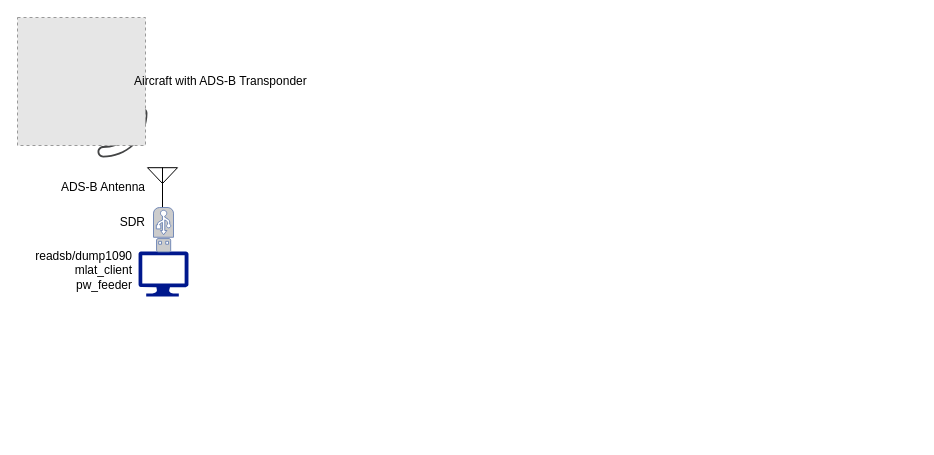
Earlier version of the draw.io diagram assets/drawings/Architecture Overview.drawio (plane-watch/pw-website). Source tidied: cells renumbered, new cells numbered last; positions are measured from the earlier drawing's top-left corner, leaving out a move shared by most shapes. Both pictures are drawn from the tidied source at 100%, with x=0, y=0 at pixel (17, 17). Pictures stored in the file or linked from it are replaced by grey dashed boxes.
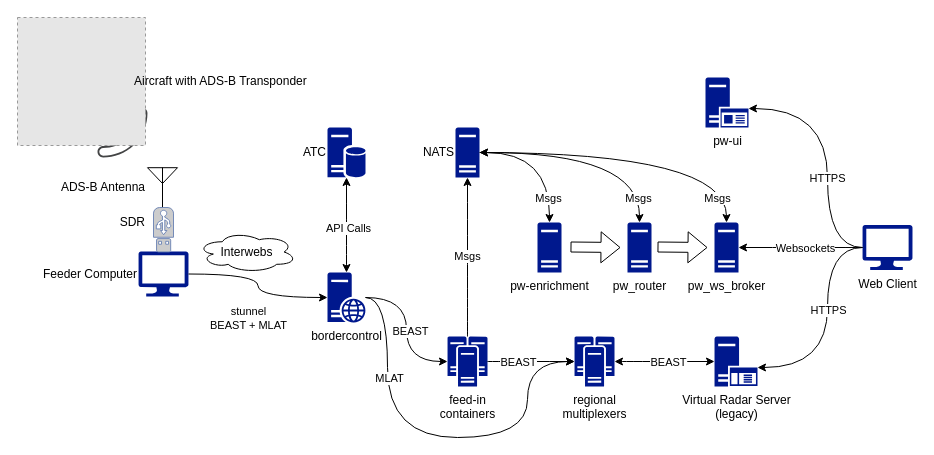
The same page after the edit.

The edit, as a diff of the source:
```diff
@@
-    <mxCell id="4" style="sketch=0;shadow=0;dashed=0;html=1;strokeColor=none;labelPosition=center;verticalLabelPosition=bottom;verticalAlign=top;align=center;fillColor=#00188D;shape=mxgraph.azure.computer;" parent="1" vertex="1">
+    <mxCell id="4" value="Feeder Computer" style="sketch=0;shadow=0;dashed=0;html=1;strokeColor=none;labelPosition=left;verticalLabelPosition=middle;verticalAlign=middle;align=right;fillColor=#00188D;shape=mxgraph.azure.computer;" parent="1" vertex="1">
       <mxGeometry x="121" y="234" width="50" height="45" as="geometry" />
     </mxCell>
@@
-    <mxCell id="10" value="readsb/dump1090&lt;br&gt;mlat_client&lt;br&gt;pw_feeder" style="text;strokeColor=none;align=right;fillColor=none;html=1;verticalAlign=middle;whiteSpace=wrap;rounded=0;" parent="1" vertex="1">
-      <mxGeometry x="3.5" y="226.5" width="113" height="52.5" as="geometry" />
-    </mxCell>
+    <mxCell id="11" style="edgeStyle=orthogonalEdgeStyle;curved=1;rounded=0;jettySize=auto;html=1;entryX=0;entryY=0.5;entryDx=0;entryDy=0;entryPerimeter=0;" parent="1" edge="1" source="15" target="22">
+      <mxGeometry relative="1" as="geometry">
+        <Array as="points">
+          <mxPoint x="370" y="280" />
+          <mxPoint x="370" y="420" />
+          <mxPoint x="510" y="420" />
+          <mxPoint x="510" y="344" />
+        </Array>
+      </mxGeometry>
+    </mxCell>
+    <mxCell id="12" value="MLAT" style="edgeLabel;html=1;align=center;verticalAlign=middle;" parent="11" vertex="1">
+      <mxGeometry x="0.15" y="-1" relative="1" as="geometry">
+        <mxPoint x="-81" y="-61" as="offset" />
+      </mxGeometry>
+    </mxCell>
+    <mxCell id="13" style="edgeStyle=orthogonalEdgeStyle;curved=1;rounded=0;jettySize=auto;html=1;startArrow=classic;startFill=1;entryX=0.5;entryY=1;entryDx=0;entryDy=0;entryPerimeter=0;" parent="1" edge="1" source="15" target="16">
+      <mxGeometry relative="1" as="geometry" />
+    </mxCell>
+    <mxCell id="14" value="API Calls" style="edgeLabel;html=1;align=center;verticalAlign=middle;" parent="13" vertex="1">
+      <mxGeometry x="-0.05" y="-1" relative="1" as="geometry" />
+    </mxCell>
+    <mxCell id="15" value="bordercontrol" style="sketch=0;shadow=0;dashed=0;html=1;strokeColor=none;labelPosition=center;verticalLabelPosition=bottom;verticalAlign=top;align=center;fillColor=#00188D;shape=mxgraph.mscae.enterprise.web_server;" parent="1" vertex="1">
+      <mxGeometry x="310" y="255" width="38" height="50" as="geometry" />
+    </mxCell>
+    <mxCell id="16" value="ATC" style="sketch=0;shadow=0;dashed=0;html=1;strokeColor=none;labelPosition=left;verticalLabelPosition=middle;verticalAlign=middle;align=right;fillColor=#00188D;shape=mxgraph.mscae.enterprise.database_server;" parent="1" vertex="1">
+      <mxGeometry x="310" y="110" width="38" height="50" as="geometry" />
+    </mxCell>
+    <mxCell id="17" value="feed-in&lt;br&gt;containers" style="sketch=0;shadow=0;dashed=0;html=1;strokeColor=none;labelPosition=center;verticalLabelPosition=bottom;verticalAlign=top;align=center;fillColor=#00188D;shape=mxgraph.mscae.enterprise.cluster_server;" parent="1" vertex="1">
+      <mxGeometry x="430" y="319" width="40" height="50" as="geometry" />
+    </mxCell>
+    <mxCell id="18" value="Virtual Radar Server&lt;br&gt;(legacy)" style="sketch=0;shadow=0;dashed=0;html=1;strokeColor=none;labelPosition=center;verticalLabelPosition=bottom;verticalAlign=top;align=center;fillColor=#00188D;shape=mxgraph.mscae.enterprise.application_server;" parent="1" vertex="1">
+      <mxGeometry x="697" y="319" width="43" height="50" as="geometry" />
+    </mxCell>
+    <mxCell id="19" value="Interwebs" style="ellipse;shape=cloud;whiteSpace=wrap;html=1;" parent="1" vertex="1">
+      <mxGeometry x="180" y="214" width="99" height="41" as="geometry" />
+    </mxCell>
+    <mxCell id="20" style="edgeStyle=orthogonalEdgeStyle;curved=1;rounded=0;jettySize=auto;html=1;entryX=0;entryY=0.5;entryDx=0;entryDy=0;entryPerimeter=0;" parent="1" edge="1" source="15" target="17">
+      <mxGeometry relative="1" as="geometry" />
+    </mxCell>
+    <mxCell id="21" value="BEAST" style="edgeLabel;html=1;align=center;verticalAlign=middle;" parent="20" vertex="1">
+      <mxGeometry x="0.02" y="3" relative="1" as="geometry" />
+    </mxCell>
+    <mxCell id="22" value="regional&lt;br&gt;multiplexers" style="sketch=0;shadow=0;dashed=0;html=1;strokeColor=none;labelPosition=center;verticalLabelPosition=bottom;verticalAlign=top;align=center;fillColor=#00188D;shape=mxgraph.mscae.enterprise.cluster_server;" parent="1" vertex="1">
+      <mxGeometry x="557" y="319" width="40" height="50" as="geometry" />
+    </mxCell>
+    <mxCell id="23" style="edgeStyle=orthogonalEdgeStyle;curved=1;rounded=0;jettySize=auto;html=1;entryX=0;entryY=0.5;entryDx=0;entryDy=0;entryPerimeter=0;" parent="1" edge="1" source="17" target="22">
+      <mxGeometry relative="1" as="geometry" />
+    </mxCell>
+    <mxCell id="24" value="BEAST" style="edgeLabel;html=1;align=center;verticalAlign=middle;" parent="23" vertex="1">
+      <mxGeometry x="0.03" y="-2" relative="1" as="geometry">
+        <mxPoint x="-15" y="-2" as="offset" />
+      </mxGeometry>
+    </mxCell>
+    <mxCell id="25" style="edgeStyle=orthogonalEdgeStyle;curved=1;rounded=0;jettySize=auto;html=1;entryX=0;entryY=0.5;entryDx=0;entryDy=0;entryPerimeter=0;startArrow=classic;startFill=1;" parent="1" edge="1" source="22" target="18">
+      <mxGeometry relative="1" as="geometry" />
+    </mxCell>
+    <mxCell id="26" value="BEAST" style="edgeLabel;html=1;align=center;verticalAlign=middle;" parent="25" vertex="1">
+      <mxGeometry x="-0.08" y="-1" relative="1" as="geometry">
+        <mxPoint x="7" y="-1" as="offset" />
+      </mxGeometry>
+    </mxCell>
+    <mxCell id="27" value="NATS" style="sketch=0;shadow=0;dashed=0;html=1;strokeColor=none;labelPosition=left;verticalLabelPosition=middle;verticalAlign=middle;align=right;fillColor=#00188D;shape=mxgraph.mscae.enterprise.server_generic;" parent="1" vertex="1">
+      <mxGeometry x="438" y="110" width="24" height="50" as="geometry" />
+    </mxCell>
+    <mxCell id="28" value="Msgs" style="edgeStyle=orthogonalEdgeStyle;curved=1;rounded=0;jettySize=auto;html=1;" parent="1" edge="1" source="17" target="27">
+      <mxGeometry relative="1" as="geometry" />
+    </mxCell>
+    <mxCell id="29" style="edgeStyle=orthogonalEdgeStyle;curved=1;rounded=0;jettySize=auto;html=1;entryX=0;entryY=0.5;entryDx=0;entryDy=0;entryPerimeter=0;" parent="1" edge="1" source="4" target="15">
+      <mxGeometry relative="1" as="geometry" />
+    </mxCell>
+    <mxCell id="30" value="stunnel&lt;br&gt;BEAST + MLAT" style="edgeLabel;html=1;align=center;verticalAlign=middle;fillColor=none;" parent="29" vertex="1">
+      <mxGeometry x="0.01" y="1" relative="1" as="geometry">
+        <mxPoint x="-11" y="31" as="offset" />
+      </mxGeometry>
+    </mxCell>
+    <mxCell id="31" value="pw-enrichment" style="sketch=0;shadow=0;dashed=0;html=1;strokeColor=none;labelPosition=center;verticalLabelPosition=bottom;verticalAlign=top;align=center;fillColor=#00188D;shape=mxgraph.mscae.enterprise.server_generic;" parent="1" vertex="1">
+      <mxGeometry x="520" y="205" width="24" height="50" as="geometry" />
+    </mxCell>
+    <mxCell id="32" style="edgeStyle=orthogonalEdgeStyle;curved=1;rounded=0;jettySize=auto;html=1;exitX=1;exitY=0.5;exitDx=0;exitDy=0;exitPerimeter=0;entryX=0.5;entryY=0;entryDx=0;entryDy=0;entryPerimeter=0;startArrow=classic;startFill=1;" parent="1" edge="1" source="27" target="31">
+      <mxGeometry relative="1" as="geometry" />
+    </mxCell>
+    <mxCell id="33" value="Msgs" style="edgeLabel;html=1;align=center;verticalAlign=middle;" parent="32" vertex="1">
+      <mxGeometry x="0.26" y="-12" relative="1" as="geometry">
+        <mxPoint x="10" y="27" as="offset" />
+      </mxGeometry>
+    </mxCell>
+    <mxCell id="34" value="pw_router" style="sketch=0;shadow=0;dashed=0;html=1;strokeColor=none;labelPosition=center;verticalLabelPosition=bottom;verticalAlign=top;align=center;fillColor=#00188D;shape=mxgraph.mscae.enterprise.server_generic;" parent="1" vertex="1">
+      <mxGeometry x="610" y="205" width="24" height="50" as="geometry" />
+    </mxCell>
+    <mxCell id="35" style="edgeStyle=orthogonalEdgeStyle;curved=1;rounded=0;jettySize=auto;html=1;exitX=0.5;exitY=0;exitDx=0;exitDy=0;exitPerimeter=0;entryX=1;entryY=0.5;entryDx=0;entryDy=0;entryPerimeter=0;startArrow=classic;startFill=1;" parent="1" edge="1" source="34" target="27">
+      <mxGeometry relative="1" as="geometry" />
+    </mxCell>
+    <mxCell id="36" value="Msgs" style="edgeLabel;html=1;align=center;verticalAlign=middle;" parent="35" vertex="1">
+      <mxGeometry x="-0.73" y="6" relative="1" as="geometry">
+        <mxPoint x="4" y="6" as="offset" />
+      </mxGeometry>
+    </mxCell>
+    <mxCell id="37" value="pw_ws_broker" style="sketch=0;shadow=0;dashed=0;html=1;strokeColor=none;labelPosition=center;verticalLabelPosition=bottom;verticalAlign=top;align=center;fillColor=#00188D;shape=mxgraph.mscae.enterprise.server_generic;" parent="1" vertex="1">
+      <mxGeometry x="697" y="205" width="24" height="50" as="geometry" />
+    </mxCell>
+    <mxCell id="38" style="edgeStyle=orthogonalEdgeStyle;curved=1;rounded=0;jettySize=auto;html=1;entryX=0.5;entryY=0;entryDx=0;entryDy=0;entryPerimeter=0;" parent="1" edge="1" source="27" target="37">
+      <mxGeometry relative="1" as="geometry" />
+    </mxCell>
+    <mxCell id="39" value="Msgs" style="edgeLabel;html=1;align=center;verticalAlign=middle;" parent="38" vertex="1">
+      <mxGeometry x="0.22" y="-20" relative="1" as="geometry">
+        <mxPoint x="44" y="25" as="offset" />
+      </mxGeometry>
+    </mxCell>
+    <mxCell id="40" style="shape=flexArrow;endArrow=classic;html=1;rounded=0;curved=1;" parent="1" edge="1">
+      <mxGeometry relative="1" as="geometry">
+        <mxPoint x="553" y="229.5" as="sourcePoint" />
+        <mxPoint x="603" y="230" as="targetPoint" />
+      </mxGeometry>
+    </mxCell>
+    <mxCell id="41" style="shape=flexArrow;endArrow=classic;html=1;rounded=0;curved=1;" parent="1" edge="1">
+      <mxGeometry relative="1" as="geometry">
+        <mxPoint x="640" y="229.5" as="sourcePoint" />
+        <mxPoint x="690" y="230" as="targetPoint" />
+      </mxGeometry>
+    </mxCell>
+    <mxCell id="42" value="Web Client" style="sketch=0;shadow=0;dashed=0;html=1;strokeColor=none;labelPosition=center;verticalLabelPosition=bottom;verticalAlign=top;align=center;fillColor=#00188D;shape=mxgraph.azure.computer;" parent="1" vertex="1">
+      <mxGeometry x="845" y="207.5" width="50" height="45" as="geometry" />
+    </mxCell>
+    <mxCell id="43" style="edgeStyle=orthogonalEdgeStyle;curved=1;rounded=0;jettySize=auto;html=1;entryX=1;entryY=0.5;entryDx=0;entryDy=0;entryPerimeter=0;" parent="1" edge="1" source="42" target="37">
+      <mxGeometry relative="1" as="geometry" />
+    </mxCell>
+    <mxCell id="44" value="Websockets" style="edgeLabel;html=1;align=center;verticalAlign=middle;" parent="43" vertex="1">
+      <mxGeometry x="-0.06" relative="1" as="geometry" />
+    </mxCell>
+    <mxCell id="45" value="pw-ui" style="sketch=0;shadow=0;dashed=0;html=1;strokeColor=none;labelPosition=center;verticalLabelPosition=bottom;verticalAlign=top;align=center;fillColor=#00188D;shape=mxgraph.mscae.enterprise.application_server2;" parent="1" vertex="1">
+      <mxGeometry x="688" y="60" width="43" height="50" as="geometry" />
+    </mxCell>
+    <mxCell id="46" style="edgeStyle=orthogonalEdgeStyle;curved=1;rounded=0;jettySize=auto;html=1;exitX=0;exitY=0.5;exitDx=0;exitDy=0;exitPerimeter=0;entryX=1;entryY=0.62;entryDx=0;entryDy=0;entryPerimeter=0;" parent="1" edge="1" source="42" target="45">
+      <mxGeometry relative="1" as="geometry">
+        <Array as="points">
+          <mxPoint x="810" y="230" />
+          <mxPoint x="810" y="91" />
+        </Array>
+      </mxGeometry>
+    </mxCell>
+    <mxCell id="47" value="HTTPS" style="edgeLabel;html=1;align=center;verticalAlign=middle;" parent="46" vertex="1">
+      <mxGeometry x="-0.17" y="1" relative="1" as="geometry" />
+    </mxCell>
+    <mxCell id="48" style="edgeStyle=orthogonalEdgeStyle;curved=1;rounded=0;jettySize=auto;html=1;entryX=1;entryY=0.62;entryDx=0;entryDy=0;entryPerimeter=0;" parent="1" edge="1" source="42" target="18">
+      <mxGeometry relative="1" as="geometry">
+        <Array as="points">
+          <mxPoint x="810" y="230" />
+          <mxPoint x="810" y="350" />
+        </Array>
+      </mxGeometry>
+    </mxCell>
+    <mxCell id="49" value="HTTPS" style="edgeLabel;html=1;align=center;verticalAlign=middle;" parent="48" vertex="1">
+      <mxGeometry x="-0.14" relative="1" as="geometry" />
+    </mxCell>
```
